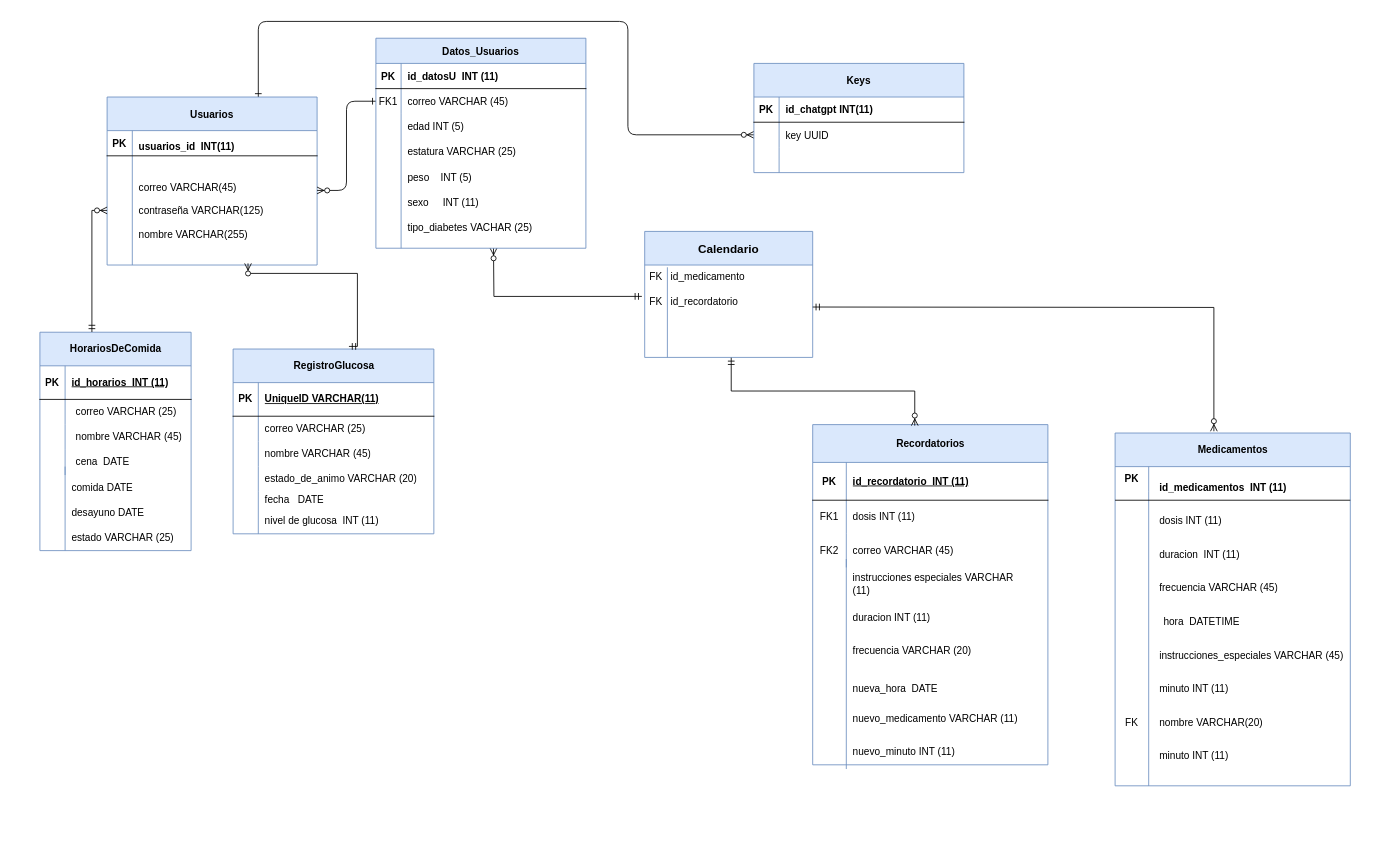
Above: DiagramaGlucoBalance.drawio in AGEJH/Portafolio-Ingeniero (draw.io), before the change. Source tidied: cells renumbered, new cells numbered last; positions are measured from the earlier drawing's top-left corner, leaving out a move shared by most shapes. Both pictures are drawn from the tidied source at 84%, with x=0, y=0 at pixel (14, 21).
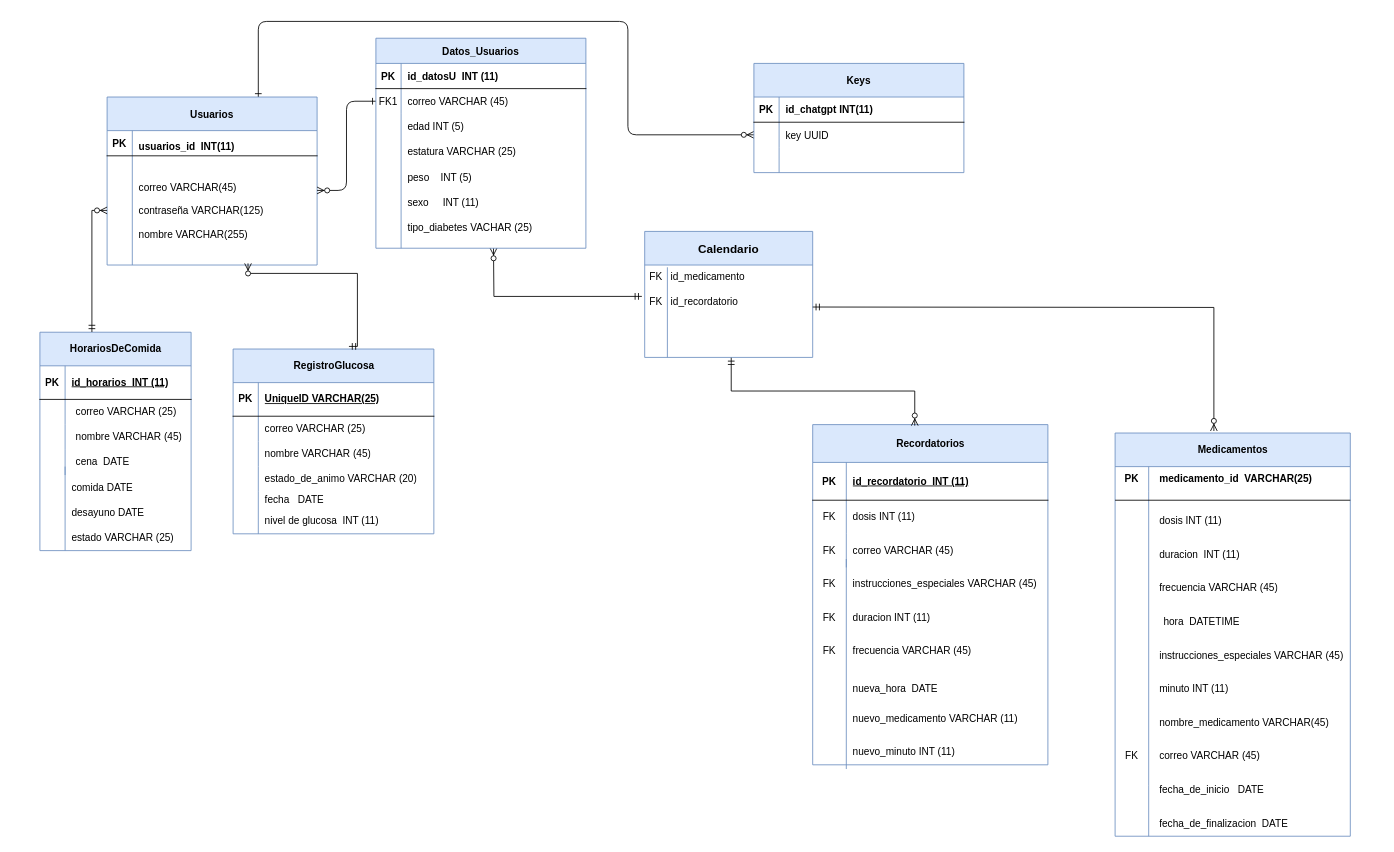
The same page after the edit.

The change refers to these unchanged cells:
```xml
<mxCell id="44" style="shape=tableRow;horizontal=0;startSize=0;swimlaneHead=0;swimlaneBody=0;fillColor=none;top=0;left=0;right=0;bottom=0;" parent="40" vertex="1">
  <mxGeometry y="90" width="280" height="40" as="geometry" />
</mxCell>
<mxCell id="47" style="shape=tableRow;horizontal=0;startSize=0;swimlaneHead=0;swimlaneBody=0;fillColor=none;top=0;left=0;right=0;bottom=0;" parent="40" vertex="1">
  <mxGeometry y="130" width="280" height="40" as="geometry" />
</mxCell>
<mxCell id="73" style="shape=tableRow;horizontal=0;startSize=0;swimlaneHead=0;swimlaneBody=0;fillColor=none;top=0;left=0;right=0;bottom=1;" parent="72" vertex="1">
  <mxGeometry y="40" width="239" height="40" as="geometry" />
</mxCell>
```

Diff of the diagram source:
```diff
@@
     <mxCell id="21" value="Medicamentos" style="shape=table;startSize=40;childLayout=tableLayout;rowLines=0;fontStyle=1;align=center;html=1;fillColor=#dae8fc;strokeColor=#6c8ebf;" parent="1" vertex="1">
-      <mxGeometry x="1310" y="490" width="280" height="420" as="geometry" />
+      <mxGeometry x="1310" y="490" width="280" height="480" as="geometry" />
     </mxCell>
@@
-    <mxCell id="33" value="&lt;b&gt;id_medicamentos&amp;nbsp; INT (11)&lt;/b&gt;" style="shape=partialRectangle;fillColor=none;top=0;left=0;bottom=0;right=0;align=left;spacingLeft=6;overflow=hidden;whiteSpace=wrap;html=1;" parent="1" vertex="1">
-      <mxGeometry x="1355" y="540" width="180" height="30" as="geometry" />
+    <mxCell id="33" value="&lt;b&gt;medicamento_id&amp;nbsp; VARCHAR(25)&lt;/b&gt;" style="shape=partialRectangle;fillColor=none;top=0;left=0;bottom=0;right=0;align=left;spacingLeft=6;overflow=hidden;whiteSpace=wrap;html=1;" parent="1" vertex="1">
+      <mxGeometry x="1355" y="530" width="235" height="30" as="geometry" />
     </mxCell>
@@
-    <mxCell id="35" value="nombre VARCHAR(20)" style="shape=partialRectangle;fillColor=none;top=0;left=0;bottom=0;right=0;align=left;spacingLeft=6;overflow=hidden;whiteSpace=wrap;html=1;" parent="1" vertex="1">
-      <mxGeometry x="1355" y="820" width="170" height="30" as="geometry" />
+    <mxCell id="35" value="nombre_medicamento VARCHAR(45)" style="shape=partialRectangle;fillColor=none;top=0;left=0;bottom=0;right=0;align=left;spacingLeft=6;overflow=hidden;whiteSpace=wrap;html=1;" parent="1" vertex="1">
+      <mxGeometry x="1355" y="820" width="225" height="30" as="geometry" />
     </mxCell>
@@
-    <mxCell id="45" value="FK1" style="shape=partialRectangle;fillColor=none;top=0;left=0;bottom=0;right=0;overflow=hidden;whiteSpace=wrap;html=1;" parent="44" vertex="1">
+    <mxCell id="45" value="FK" style="shape=partialRectangle;fillColor=none;top=0;left=0;bottom=0;right=0;overflow=hidden;whiteSpace=wrap;html=1;" parent="44" vertex="1">
       <mxGeometry width="40" height="40" as="geometry" />
     </mxCell>
@@
-    <mxCell id="48" value="FK2" style="shape=partialRectangle;fillColor=none;top=0;left=0;bottom=0;right=0;overflow=hidden;whiteSpace=wrap;html=1;" parent="47" vertex="1">
+    <mxCell id="48" value="FK" style="shape=partialRectangle;fillColor=none;top=0;left=0;bottom=0;right=0;overflow=hidden;whiteSpace=wrap;html=1;" parent="47" vertex="1">
       <mxGeometry width="40" height="40" as="geometry" />
     </mxCell>
@@
-    <mxCell id="52" value="frecuencia VARCHAR (20)" style="shape=partialRectangle;fillColor=none;top=0;left=0;bottom=0;right=0;align=left;spacingLeft=6;overflow=hidden;whiteSpace=wrap;html=1;" parent="1" vertex="1">
+    <mxCell id="52" value="frecuencia VARCHAR (45)" style="shape=partialRectangle;fillColor=none;top=0;left=0;bottom=0;right=0;align=left;spacingLeft=6;overflow=hidden;whiteSpace=wrap;html=1;" parent="1" vertex="1">
       <mxGeometry x="990" y="730" width="200" height="40" as="geometry" />
     </mxCell>
@@
-    <mxCell id="75" value="UniqueID VARCHAR(11)" style="shape=partialRectangle;fillColor=none;top=0;left=0;bottom=0;right=0;align=left;spacingLeft=6;fontStyle=5;overflow=hidden;whiteSpace=wrap;html=1;" parent="73" vertex="1">
+    <mxCell id="75" value="UniqueID VARCHAR(25)" style="shape=partialRectangle;fillColor=none;top=0;left=0;bottom=0;right=0;align=left;spacingLeft=6;fontStyle=5;overflow=hidden;whiteSpace=wrap;html=1;" parent="73" vertex="1">
       <mxGeometry x="30" width="209" height="40" as="geometry" />
     </mxCell>
@@
-    <mxCell id="89" value="instrucciones especiales VARCHAR (11)" style="shape=partialRectangle;fillColor=none;top=0;left=0;bottom=0;right=0;align=left;spacingLeft=6;overflow=hidden;whiteSpace=wrap;html=1;" parent="1" vertex="1">
-      <mxGeometry x="990" y="650" width="200" height="40" as="geometry" />
+    <mxCell id="89" value="instrucciones_especiales VARCHAR (45)" style="shape=partialRectangle;fillColor=none;top=0;left=0;bottom=0;right=0;align=left;spacingLeft=6;overflow=hidden;whiteSpace=wrap;html=1;" parent="1" vertex="1">
+      <mxGeometry x="990" y="650" width="230" height="40" as="geometry" />
     </mxCell>
@@
-    <mxCell id="105" value="FK" style="shape=partialRectangle;fillColor=none;top=0;left=0;bottom=0;right=0;overflow=hidden;whiteSpace=wrap;html=1;" parent="1" vertex="1">
-      <mxGeometry x="1310" y="820" width="40" height="30" as="geometry" />
-    </mxCell>
-    <mxCell id="106" value="minuto INT (11)" style="shape=partialRectangle;fillColor=none;top=0;left=0;bottom=0;right=0;align=left;spacingLeft=6;overflow=hidden;whiteSpace=wrap;html=1;" parent="1" vertex="1">
-      <mxGeometry x="1355" y="860" width="170" height="30" as="geometry" />
-    </mxCell>
@@
+    <mxCell id="122" value="correo VARCHAR (45)" style="shape=partialRectangle;fillColor=none;top=0;left=0;bottom=0;right=0;align=left;spacingLeft=6;overflow=hidden;whiteSpace=wrap;html=1;" parent="1" vertex="1">
+      <mxGeometry x="1355" y="860" width="170" height="30" as="geometry" />
+    </mxCell>
+    <mxCell id="123" value="FK" style="shape=partialRectangle;fillColor=none;top=0;left=0;bottom=0;right=0;overflow=hidden;whiteSpace=wrap;html=1;" parent="1" vertex="1">
+      <mxGeometry x="1310" y="860" width="40" height="30" as="geometry" />
+    </mxCell>
+    <mxCell id="124" style="endArrow=none;html=1;rounded=0;fillColor=#dae8fc;strokeColor=#6c8ebf;" parent="1" edge="1">
+      <mxGeometry relative="1" as="geometry">
+        <mxPoint x="1350" y="970" as="sourcePoint" />
+        <mxPoint x="1350" y="910" as="targetPoint" />
+      </mxGeometry>
+    </mxCell>
+    <mxCell id="125" value="fecha_de_inicio&amp;nbsp; &amp;nbsp;DATE&amp;nbsp;" style="shape=partialRectangle;fillColor=none;top=0;left=0;bottom=0;right=0;align=left;spacingLeft=6;overflow=hidden;whiteSpace=wrap;html=1;" parent="1" vertex="1">
+      <mxGeometry x="1355" y="900" width="170" height="30" as="geometry" />
+    </mxCell>
+    <mxCell id="126" value="fecha_de_finalizacion&amp;nbsp; DATE" style="shape=partialRectangle;fillColor=none;top=0;left=0;bottom=0;right=0;align=left;spacingLeft=6;overflow=hidden;whiteSpace=wrap;html=1;" parent="1" vertex="1">
+      <mxGeometry x="1355" y="940" width="170" height="30" as="geometry" />
+    </mxCell>
+    <mxCell id="127" value="FK" style="shape=partialRectangle;fillColor=none;top=0;left=0;bottom=0;right=0;overflow=hidden;whiteSpace=wrap;html=1;" parent="1" vertex="1">
+      <mxGeometry x="950" y="650" width="40" height="40" as="geometry" />
+    </mxCell>
+    <mxCell id="128" value="FK" style="shape=partialRectangle;fillColor=none;top=0;left=0;bottom=0;right=0;overflow=hidden;whiteSpace=wrap;html=1;" parent="1" vertex="1">
+      <mxGeometry x="950" y="690" width="40" height="40" as="geometry" />
+    </mxCell>
+    <mxCell id="129" value="FK" style="shape=partialRectangle;fillColor=none;top=0;left=0;bottom=0;right=0;overflow=hidden;whiteSpace=wrap;html=1;" parent="1" vertex="1">
+      <mxGeometry x="950" y="730" width="40" height="40" as="geometry" />
+    </mxCell>
```
